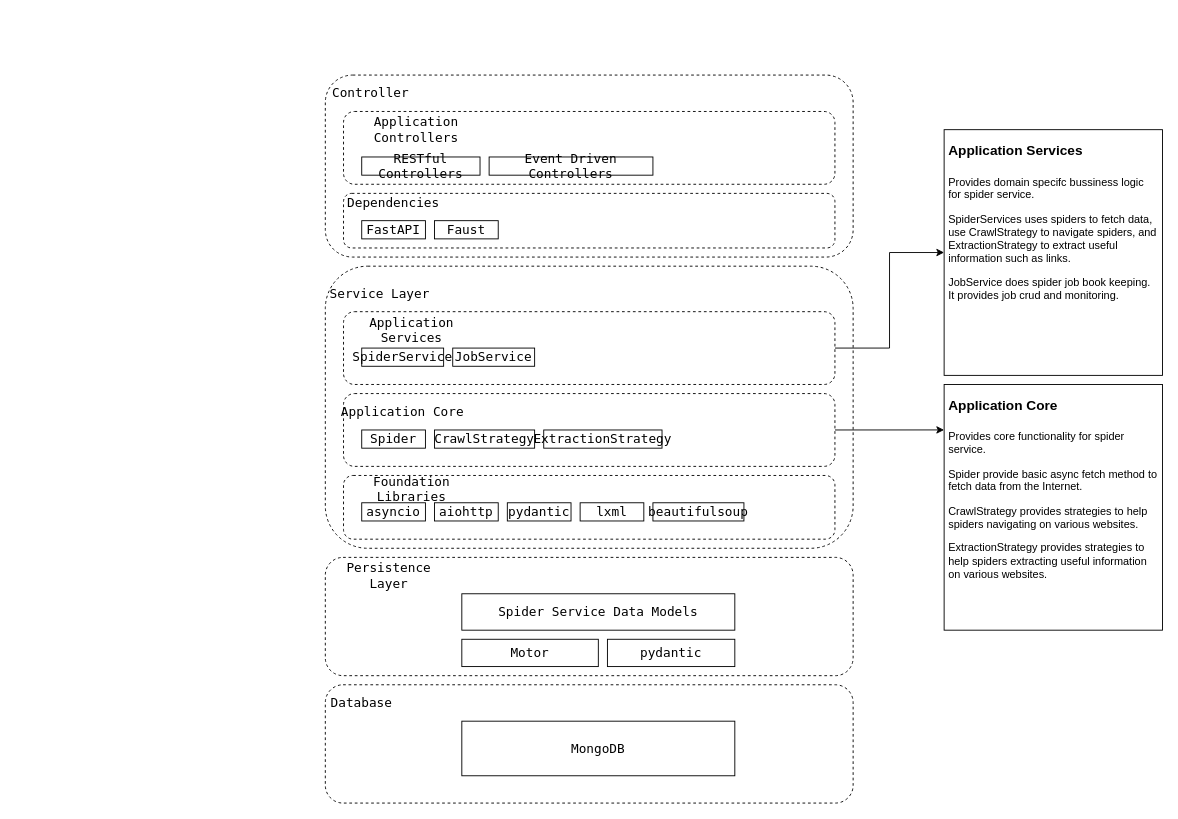
This is page "Spider Service Architecture" (1 of 3) of docs/design/System UML.drawio from LENAX/public-sentiment-analysis, a draw.io file, before an edit. Source tidied: cells renumbered, new cells numbered last; positions are measured from the earlier drawing's top-left corner, leaving out a move shared by most shapes. Both pictures are drawn from the tidied source at 91%, with x=0, y=0 at pixel (307, 75).
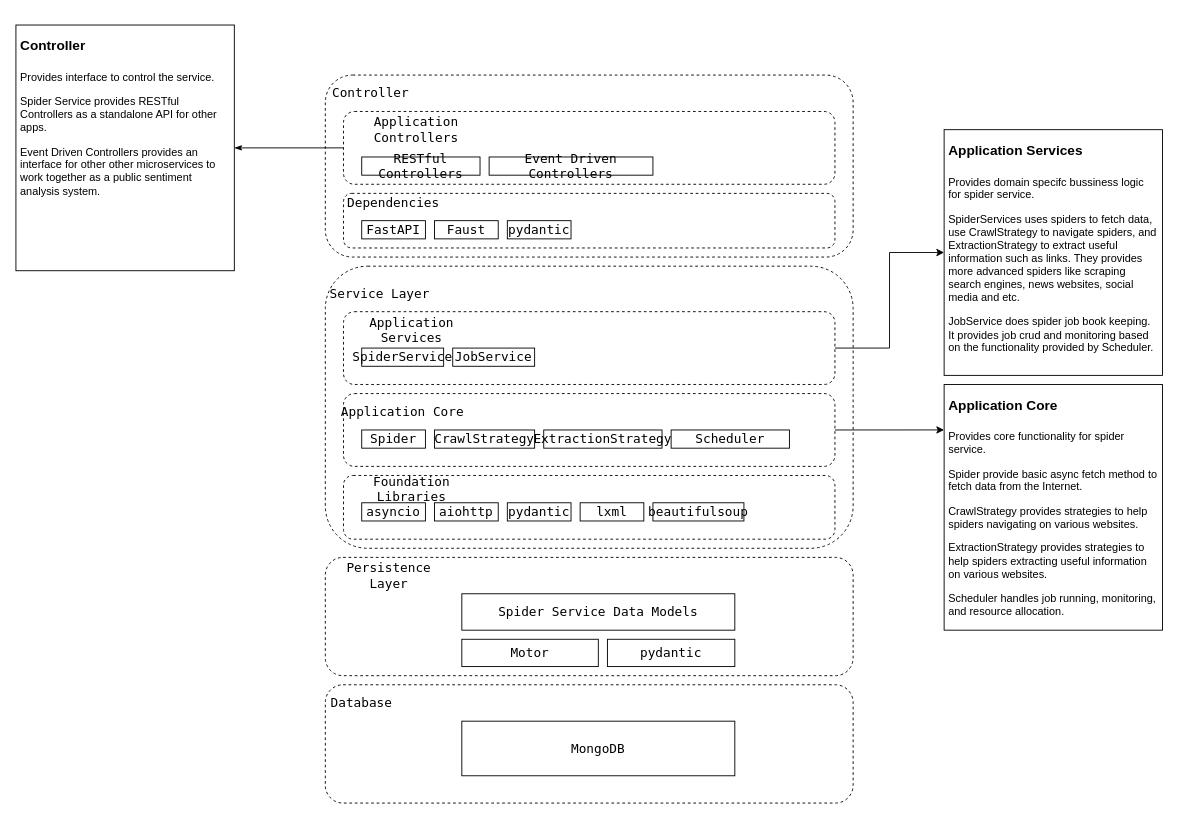
The same page after the edit.

Unchanged cells that the change refers to:
```xml
<mxCell id="37" style="rounded=1;whiteSpace=wrap;html=1;fontFamily=Lucida Console;fontSize=14;dashed=1;" parent="1" vertex="1">
  <mxGeometry x="40" y="40" width="540" height="80" as="geometry" />
</mxCell>
```

Diff of the diagram source:
```diff
@@
-    <mxCell id="21" value="&lt;h1&gt;&lt;font style=&quot;font-size: 15px&quot;&gt;Application Core&lt;/font&gt;&lt;/h1&gt;&lt;p&gt;Provides core functionality for spider service.&amp;nbsp;&lt;/p&gt;&lt;p&gt;Spider provide basic async fetch method to fetch data from the Internet.&lt;/p&gt;&lt;p&gt;CrawlStrategy provides strategies to help spiders navigating on various websites.&lt;/p&gt;&lt;p&gt;ExtractionStrategy provides strategies to help spiders extracting useful information on various websites.&lt;br&gt;&lt;/p&gt;" style="text;html=1;fillColor=none;spacing=5;spacingTop=-20;whiteSpace=wrap;overflow=hidden;rounded=0;strokeColor=#000000;sketch=0;" parent="1" vertex="1">
+    <mxCell id="21" value="&lt;h1&gt;&lt;font style=&quot;font-size: 15px&quot;&gt;Application Core&lt;/font&gt;&lt;/h1&gt;&lt;p&gt;Provides core functionality for spider service.&amp;nbsp;&lt;/p&gt;&lt;p&gt;Spider provide basic async fetch method to fetch data from the Internet.&lt;/p&gt;&lt;p&gt;CrawlStrategy provides strategies to help spiders navigating on various websites.&lt;/p&gt;&lt;p&gt;ExtractionStrategy provides strategies to help spiders extracting useful information on various websites.&lt;br&gt;&lt;/p&gt;&lt;p&gt;Scheduler handles job running, monitoring, and resource allocation.&amp;nbsp;&lt;/p&gt;" style="text;html=1;fillColor=none;spacing=5;spacingTop=-20;whiteSpace=wrap;overflow=hidden;rounded=0;strokeColor=#000000;sketch=0;" parent="1" vertex="1">
       <mxGeometry x="700" y="340" width="240" height="270" as="geometry" />
     </mxCell>
@@
-    <mxCell id="30" value="&lt;h1&gt;&lt;font style=&quot;font-size: 15px&quot;&gt;Application Services&lt;/font&gt;&lt;/h1&gt;&lt;p&gt;Provides domain specifc bussiness logic for spider service.&amp;nbsp;&lt;/p&gt;&lt;p&gt;SpiderServices uses spiders to fetch data, use CrawlStrategy to navigate spiders, and ExtractionStrategy to extract useful information such as links.&lt;/p&gt;&lt;p&gt;JobService does spider job book keeping. It provides job crud and monitoring.&lt;/p&gt;" style="text;html=1;fillColor=none;spacing=5;spacingTop=-20;whiteSpace=wrap;overflow=hidden;rounded=0;strokeColor=#000000;sketch=0;align=left;" parent="1" vertex="1">
+    <mxCell id="30" value="&lt;h1&gt;&lt;font style=&quot;font-size: 15px&quot;&gt;Application Services&lt;/font&gt;&lt;/h1&gt;&lt;p&gt;Provides domain specifc bussiness logic for spider service.&amp;nbsp;&lt;/p&gt;&lt;p&gt;SpiderServices uses spiders to fetch data, use CrawlStrategy to navigate spiders, and ExtractionStrategy to extract useful information such as links. They provides more advanced spiders like scraping search engines, news websites, social media and etc.&lt;/p&gt;&lt;p&gt;JobService does spider job book keeping. It provides job crud and monitoring based on the functionality provided by Scheduler.&lt;/p&gt;" style="text;html=1;fillColor=none;spacing=5;spacingTop=-20;whiteSpace=wrap;overflow=hidden;rounded=0;strokeColor=#000000;sketch=0;align=left;" parent="1" vertex="1">
       <mxGeometry x="700" y="60" width="240" height="270" as="geometry" />
     </mxCell>
@@
+    <mxCell id="43" style="edgeStyle=orthogonalEdgeStyle;rounded=0;jettySize=auto;html=1;exitX=0;exitY=0.5;exitDx=0;exitDy=0;startArrow=none;startFill=0;endArrow=classicThin;endFill=1;" parent="1" edge="1" source="37" target="44">
+      <mxGeometry relative="1" as="geometry" />
+    </mxCell>
@@
+    <mxCell id="44" value="&lt;h1&gt;&lt;font style=&quot;font-size: 15px&quot;&gt;Controller&lt;/font&gt;&lt;/h1&gt;&lt;p&gt;Provides interface to control the service.&amp;nbsp;&lt;br&gt;&lt;/p&gt;&lt;p&gt;Spider Service provides RESTful Controllers as a standalone API for other apps.&lt;/p&gt;&lt;p&gt;Event Driven Controllers provides an interface for other other microservices to work together as a public sentiment analysis system.&lt;/p&gt;" style="text;html=1;fillColor=none;spacing=5;spacingTop=-20;whiteSpace=wrap;overflow=hidden;rounded=0;strokeColor=#000000;sketch=0;align=left;" parent="1" vertex="1">
+      <mxGeometry x="-320" y="-55" width="240" height="270" as="geometry" />
+    </mxCell>
+    <mxCell id="45" value="Scheduler" style="rounded=0;whiteSpace=wrap;html=1;fontFamily=Lucida Console;fontSize=14;" parent="1" vertex="1">
+      <mxGeometry x="400" y="390" width="130" height="20" as="geometry" />
+    </mxCell>
+    <mxCell id="46" value="pydantic" style="rounded=0;whiteSpace=wrap;html=1;fontFamily=Lucida Console;fontSize=14;" parent="1" vertex="1">
+      <mxGeometry x="220" y="160" width="70" height="20" as="geometry" />
+    </mxCell>
```
